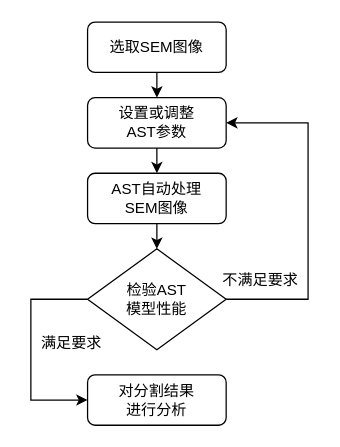
This is 1.drawio from Wang194/sust, a draw.io file, before an edit. Source tidied: cells renumbered, new cells numbered last; positions are measured from the earlier drawing's top-left corner, leaving out a move shared by most shapes. Both pictures are drawn from the tidied source at 126%, with x=0, y=0 at pixel (30, 21).
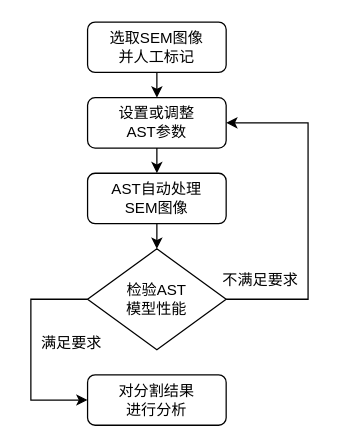
Above is the later version.

The edit, as a diff of the source:
```diff
@@
 <mxGraphModel>
   <root>
     <mxCell id="0" />
     <mxCell id="1" parent="0" />
-    <mxCell id="2" value="选取SEM图像" style="rounded=1;whiteSpace=wrap;html=1;" parent="1" vertex="1">
+    <mxCell id="2" value="选取SEM图像&lt;br&gt;并人工标记" style="rounded=1;whiteSpace=wrap;html=1;" parent="1" vertex="1">
       <mxGeometry x="45" width="110" height="40" as="geometry" />
     </mxCell>
     <mxCell id="3" value="设置或调整&lt;br&gt;AST参数" style="rounded=1;whiteSpace=wrap;html=1;" parent="1" vertex="1">
       <mxGeometry x="45" y="60" width="110" height="40" as="geometry" />
     </mxCell>
     <mxCell id="4" value="AST自动处理&lt;br&gt;SEM图像" style="rounded=1;whiteSpace=wrap;html=1;" parent="1" vertex="1">
       <mxGeometry x="45" y="120" width="110" height="40" as="geometry" />
     </mxCell>
     <mxCell id="5" value="检验AST&lt;br&gt;模型性能" style="rhombus;whiteSpace=wrap;html=1;" parent="1" vertex="1">
       <mxGeometry x="45" y="180" width="110" height="80" as="geometry" />
     </mxCell>
     <mxCell id="6" style="endArrow=classic;html=1;rounded=0;exitX=1;exitY=0.5;exitDx=0;exitDy=0;entryX=1;entryY=0.5;entryDx=0;entryDy=0;" parent="1" edge="1" source="5" target="3">
       <mxGeometry relative="1" as="geometry">
         <Array as="points">
           <mxPoint x="220" y="220" />
           <mxPoint x="220" y="80" />
         </Array>
       </mxGeometry>
     </mxCell>
     <mxCell id="7" style="endArrow=classic;html=1;rounded=0;exitX=0.5;exitY=1;exitDx=0;exitDy=0;entryX=0.5;entryY=0;entryDx=0;entryDy=0;" parent="1" edge="1" source="2" target="3">
       <mxGeometry relative="1" as="geometry" />
     </mxCell>
     <mxCell id="8" style="endArrow=classic;html=1;rounded=0;exitX=0.5;exitY=1;exitDx=0;exitDy=0;entryX=0.5;entryY=0;entryDx=0;entryDy=0;" parent="1" edge="1" source="3" target="4">
       <mxGeometry relative="1" as="geometry" />
     </mxCell>
     <mxCell id="9" style="endArrow=classic;html=1;rounded=0;exitX=0.5;exitY=1;exitDx=0;exitDy=0;" parent="1" edge="1" source="4" target="5">
       <mxGeometry relative="1" as="geometry" />
     </mxCell>
     <mxCell id="10" value="不满足要求" style="text;html=1;strokeColor=none;fillColor=none;align=center;verticalAlign=middle;whiteSpace=wrap;rounded=0;" parent="1" vertex="1">
       <mxGeometry x="150" y="190" width="65" height="30" as="geometry" />
     </mxCell>
     <mxCell id="11" value="对分割结果&lt;br&gt;进行分析" style="rounded=1;whiteSpace=wrap;html=1;" parent="1" vertex="1">
       <mxGeometry x="45" y="280" width="110" height="40" as="geometry" />
     </mxCell>
     <mxCell id="12" style="endArrow=classic;html=1;rounded=0;exitX=0;exitY=0.5;exitDx=0;exitDy=0;entryX=0;entryY=0.5;entryDx=0;entryDy=0;" parent="1" edge="1" source="5" target="11">
       <mxGeometry relative="1" as="geometry">
         <Array as="points">
           <mxPoint y="220" />
           <mxPoint y="300" />
         </Array>
       </mxGeometry>
     </mxCell>
     <mxCell id="13" value="满足要求" style="text;html=1;strokeColor=none;fillColor=none;align=center;verticalAlign=middle;whiteSpace=wrap;rounded=0;" parent="1" vertex="1">
       <mxGeometry y="240" width="65" height="30" as="geometry" />
     </mxCell>
   </root>
 </mxGraphModel>
```
